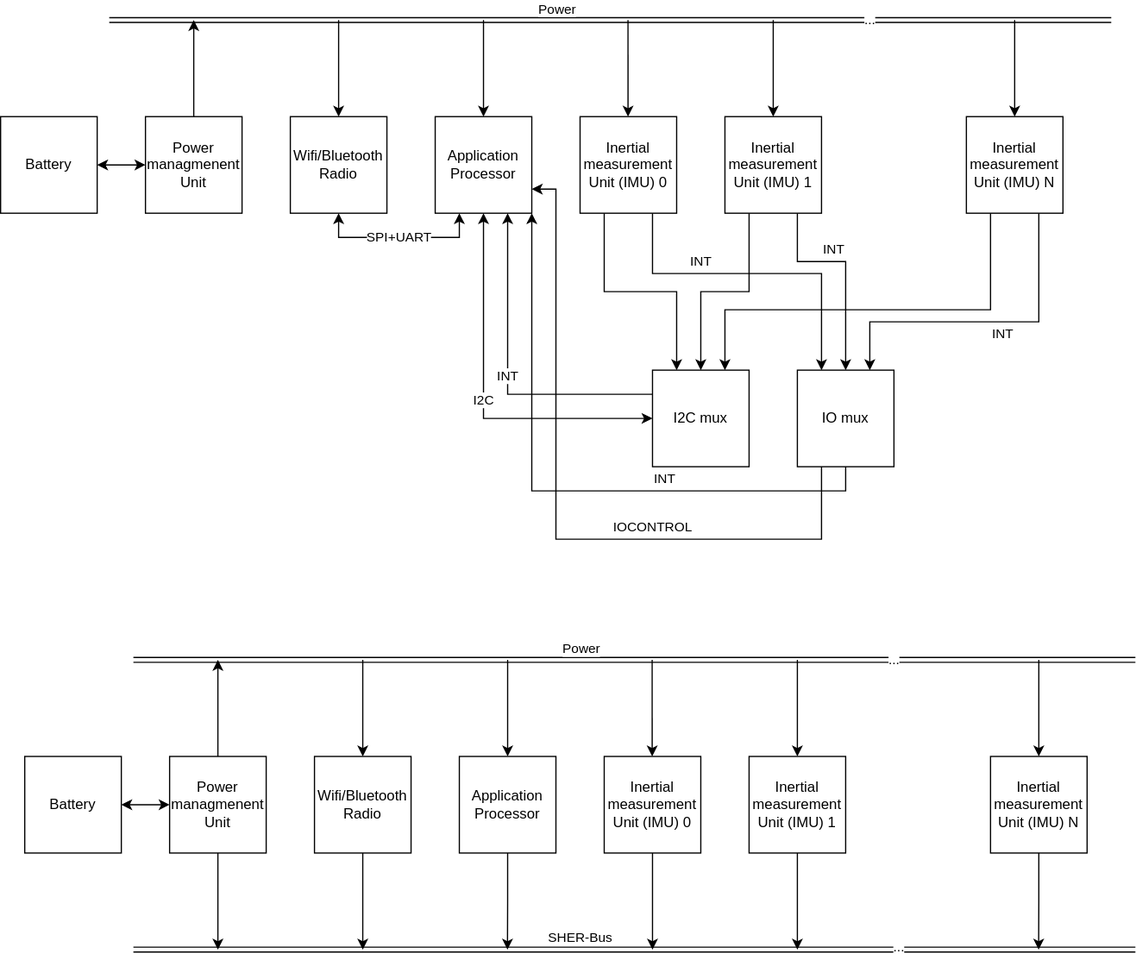
The draw.io diagram Figures/Mouvement.svg in cdg66/BUS_figures, before a commit. Source tidied: cells renumbered, new cells last; positions are measured from the earlier drawing's top-left corner, leaving out a move shared by most shapes.
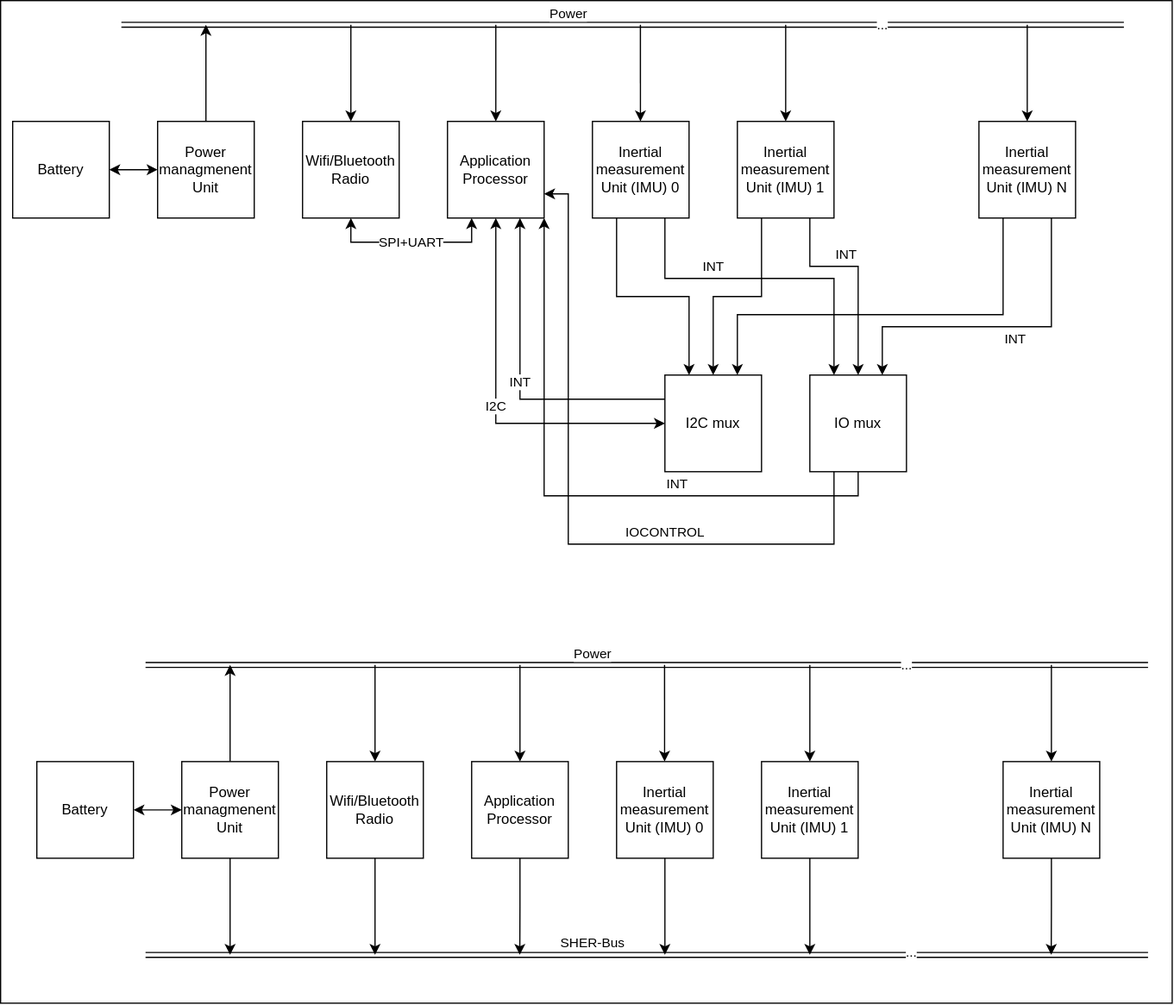
The same file after the commit.

The edit, as a diff of the source:
```diff
@@ -2,6 +2,9 @@
   <root>
     <mxCell id="0" />
     <mxCell id="1" parent="0" />
+    <mxCell id="55" style="rounded=0;whiteSpace=wrap;html=1;" parent="1" vertex="1">
+      <mxGeometry x="-10" y="-20" width="970" height="830" as="geometry" />
+    </mxCell>
     <mxCell id="2" style="edgeStyle=orthogonalEdgeStyle;rounded=0;jettySize=auto;html=1;" parent="1" edge="1" source="4">
       <mxGeometry relative="1" as="geometry">
         <mxPoint x="300" y="770" as="targetPoint" />
```
